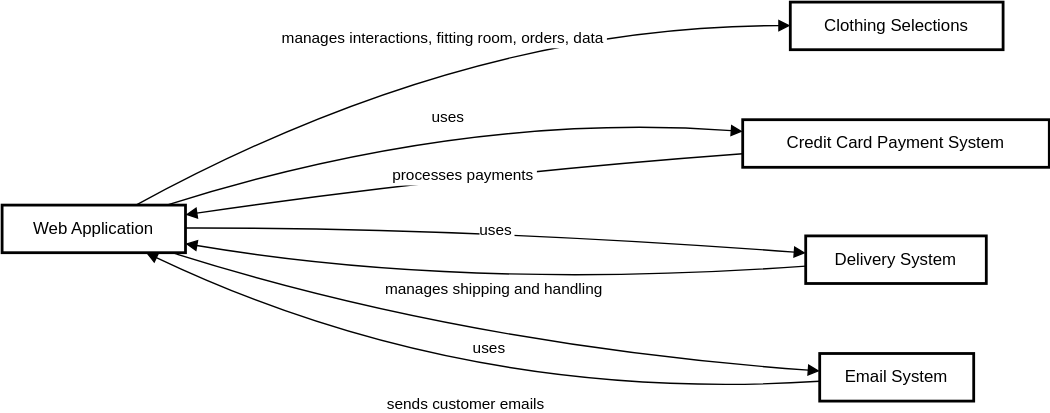
Before: Level 1 System Diagram.drawio.svg, a diagram exported from draw.io (Awesomenaut/Online_Shopping_Store). Source tidied: cells renumbered, new cells last; positions are measured from the earlier drawing's top-left corner, leaving out a move shared by most shapes.
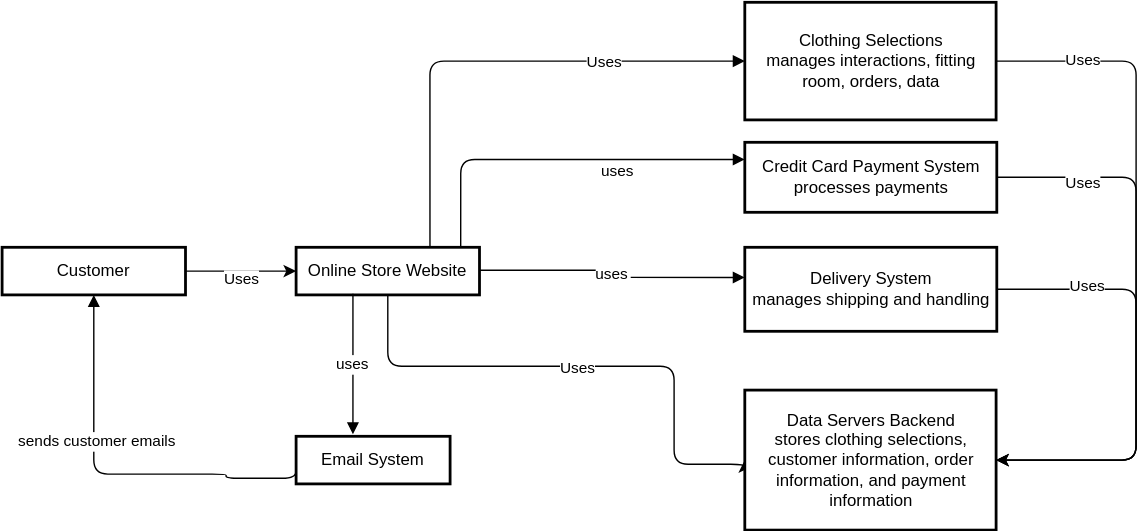
After the commit.

Diff of the diagram source:
```diff
@@ -2,69 +2,107 @@
   <root>
     <mxCell id="0" />
     <mxCell id="1" parent="0" />
+    <mxCell id="14" style="edgeStyle=orthogonalEdgeStyle;rounded=1;jettySize=auto;html=1;entryX=0;entryY=0.5;entryDx=0;entryDy=0;" parent="1" edge="1" source="2" target="26">
+      <mxGeometry relative="1" as="geometry">
+        <Array as="points">
+          <mxPoint x="66" y="230" />
+          <mxPoint x="270" y="230" />
+          <mxPoint x="270" y="300" />
+          <mxPoint x="321" y="300" />
+        </Array>
+      </mxGeometry>
+    </mxCell>
+    <mxCell id="15" value="Uses" style="edgeLabel;html=1;align=center;verticalAlign=middle;" parent="14" vertex="1">
+      <mxGeometry x="-0.02" relative="1" as="geometry" />
+    </mxCell>
-    <mxCell id="2" value="Web Application" style="whiteSpace=wrap;strokeWidth=2;" parent="1" vertex="1">
+    <mxCell id="2" value="Online Store Website" style="whiteSpace=wrap;strokeWidth=2;" parent="1" vertex="1">
       <mxGeometry y="145" width="131" height="34" as="geometry" />
     </mxCell>
+    <mxCell id="16" style="edgeStyle=orthogonalEdgeStyle;rounded=1;jettySize=auto;html=1;entryX=1;entryY=0.5;entryDx=0;entryDy=0;" parent="1" edge="1" source="3" target="26">
+      <mxGeometry relative="1" as="geometry">
+        <Array as="points">
+          <mxPoint x="600" y="12" />
+          <mxPoint x="600" y="297" />
+        </Array>
+      </mxGeometry>
+    </mxCell>
+    <mxCell id="17" value="Uses" style="edgeLabel;html=1;align=center;verticalAlign=middle;" parent="16" vertex="1">
+      <mxGeometry x="-0.75" y="2" relative="1" as="geometry" />
+    </mxCell>
-    <mxCell id="3" value="Clothing Selections" style="whiteSpace=wrap;strokeWidth=2;" parent="1" vertex="1">
-      <mxGeometry x="563" width="152" height="34" as="geometry" />
+    <mxCell id="3" value="Clothing Selections&#10;manages interactions, fitting room, orders, data" style="whiteSpace=wrap;strokeWidth=2;" parent="1" vertex="1">
+      <mxGeometry x="320.5" y="-30" width="179.5" height="84" as="geometry" />
     </mxCell>
+    <mxCell id="18" style="edgeStyle=orthogonalEdgeStyle;rounded=1;jettySize=auto;html=1;entryX=1;entryY=0.5;entryDx=0;entryDy=0;" parent="1" edge="1" source="4" target="26">
+      <mxGeometry relative="1" as="geometry">
+        <Array as="points">
+          <mxPoint x="600" y="95" />
+          <mxPoint x="600" y="297" />
+        </Array>
+      </mxGeometry>
+    </mxCell>
+    <mxCell id="19" value="Uses" style="edgeLabel;html=1;align=center;verticalAlign=middle;" parent="18" vertex="1">
+      <mxGeometry x="-0.69" y="-3" relative="1" as="geometry" />
+    </mxCell>
-    <mxCell id="4" value="Credit Card Payment System" style="whiteSpace=wrap;strokeWidth=2;" parent="1" vertex="1">
-      <mxGeometry x="529" y="84" width="219" height="34" as="geometry" />
+    <mxCell id="4" value="Credit Card Payment System&#10;processes payments" style="whiteSpace=wrap;strokeWidth=2;" parent="1" vertex="1">
+      <mxGeometry x="320.5" y="70" width="180" height="50" as="geometry" />
     </mxCell>
+    <mxCell id="20" style="edgeStyle=orthogonalEdgeStyle;rounded=1;jettySize=auto;html=1;entryX=1;entryY=0.5;entryDx=0;entryDy=0;" parent="1" edge="1" source="5" target="26">
+      <mxGeometry relative="1" as="geometry">
+        <Array as="points">
+          <mxPoint x="600" y="175" />
+          <mxPoint x="600" y="297" />
+        </Array>
+      </mxGeometry>
+    </mxCell>
+    <mxCell id="21" value="Uses" style="edgeLabel;html=1;align=center;verticalAlign=middle;" parent="20" vertex="1">
+      <mxGeometry x="-0.6" y="3" relative="1" as="geometry" />
+    </mxCell>
-    <mxCell id="5" value="Delivery System" style="whiteSpace=wrap;strokeWidth=2;" parent="1" vertex="1">
-      <mxGeometry x="574" y="167" width="129" height="34" as="geometry" />
+    <mxCell id="5" value="Delivery System&#10;manages shipping and handling" style="whiteSpace=wrap;strokeWidth=2;" parent="1" vertex="1">
+      <mxGeometry x="320.5" y="145" width="180" height="60" as="geometry" />
     </mxCell>
     <mxCell id="6" value="Email System" style="whiteSpace=wrap;strokeWidth=2;" parent="1" vertex="1">
-      <mxGeometry x="584" y="251" width="110" height="34" as="geometry" />
+      <mxGeometry y="280" width="110" height="34" as="geometry" />
     </mxCell>
-    <mxCell id="7" value="manages interactions, fitting room, orders, data" style="curved=1;startArrow=none;endArrow=block;exitX=0.735170699694642;exitY=-0.011176417855655445;entryX=-0.0020723342895507812;entryY=0.49352943196016197;" parent="1" edge="1" source="2" target="3">
-      <mxGeometry relative="1" as="geometry">
-        <Array as="points">
-          <mxPoint x="330" y="17" />
-        </Array>
-      </mxGeometry>
+    <mxCell id="7" style="startArrow=none;endArrow=block;exitX=0.735170699694642;exitY=-0.011176417855655445;entryX=0;entryY=0.5;edgeStyle=orthogonalEdgeStyle;entryDx=0;entryDy=0;" parent="1" edge="1" source="2" target="3">
+      <mxGeometry relative="1" as="geometry" />
     </mxCell>
+    <mxCell id="22" value="Uses" style="edgeLabel;html=1;align=center;verticalAlign=middle;" parent="7" vertex="1">
+      <mxGeometry x="-0.03" y="1" relative="1" as="geometry">
+        <mxPoint x="83" y="1" as="offset" />
+      </mxGeometry>
+    </mxCell>
-    <mxCell id="8" value="uses" style="curved=1;startArrow=none;endArrow=block;exitX=0.9063760789692781;exitY=-0.011176417855655445;entryX=0.0002283244372502854;entryY=0.24570694057667034;" parent="1" edge="1" source="2" target="4">
-      <mxGeometry relative="1" as="geometry">
-        <Array as="points">
-          <mxPoint x="330" y="78" />
-        </Array>
-      </mxGeometry>
+    <mxCell id="8" value="uses" style="startArrow=none;endArrow=block;exitX=0.9063760789692781;exitY=-0.011176417855655445;entryX=0.0002283244372502854;entryY=0.24570694057667034;edgeStyle=orthogonalEdgeStyle;" parent="1" edge="1" source="2" target="4">
+      <mxGeometry x="0.32" y="-8" relative="1" as="geometry" />
     </mxCell>
-    <mxCell id="9" value="uses" style="curved=1;startArrow=none;endArrow=block;exitX=1.001755692576634;exitY=0.48235301410450654;entryX=0.001007789789244186;entryY=0.35892435486418023;" parent="1" edge="1" source="2" target="5">
-      <mxGeometry relative="1" as="geometry">
-        <Array as="points">
-          <mxPoint x="330" y="161" />
-        </Array>
-      </mxGeometry>
+    <mxCell id="9" value="uses" style="startArrow=none;endArrow=block;exitX=1.001755692576634;exitY=0.48235301410450654;entryX=0.001007789789244186;entryY=0.35892435486418023;edgeStyle=orthogonalEdgeStyle;" parent="1" edge="1" source="2" target="5">
+      <mxGeometry relative="1" as="geometry" />
     </mxCell>
-    <mxCell id="10" value="uses" style="curved=1;startArrow=none;endArrow=block;exitX=0.9063760789692781;exitY=0.9758824460646686;entryX=-0.003590878573330966;entryY=0.36631763780144244;" parent="1" edge="1" source="2" target="6">
-      <mxGeometry relative="1" as="geometry">
-        <Array as="points">
-          <mxPoint x="330" y="245" />
-        </Array>
-      </mxGeometry>
+    <mxCell id="10" value="uses" style="startArrow=none;endArrow=block;exitX=0.31;exitY=0.974;entryX=0.369;entryY=-0.041;edgeStyle=orthogonalEdgeStyle;exitDx=0;exitDy=0;entryDx=0;entryDy=0;exitPerimeter=0;entryPerimeter=0;" parent="1" edge="1" source="2" target="6">
+      <mxGeometry relative="1" as="geometry" />
     </mxCell>
-    <mxCell id="11" value="processes payments" style="curved=1;startArrow=none;endArrow=block;exitX=0.0002283244372502854;exitY=0.7154696511843016;entryX=1.001755692576634;entryY=0.2010369739225912;" parent="1" edge="1" source="4" target="2">
-      <mxGeometry relative="1" as="geometry">
-        <Array as="points">
-          <mxPoint x="330" y="123" />
-        </Array>
-      </mxGeometry>
-    </mxCell>
-    <mxCell id="12" value="manages shipping and handling" style="curved=1;startArrow=none;endArrow=block;exitX=0.001007789789244186;exitY=0.6351934941492045;entryX=1.001755692576634;entryY=0.8106523533183221;" parent="1" edge="1" source="5" target="2">
-      <mxGeometry relative="1" as="geometry">
-        <Array as="points">
-          <mxPoint x="330" y="206" />
-        </Array>
-      </mxGeometry>
-    </mxCell>
-    <mxCell id="13" value="sends customer emails" style="curved=1;startArrow=none;endArrow=block;exitX=-0.003590878573330966;exitY=0.5850594229309988;entryX=0.7712100014089577;entryY=0.9758824460646686;" parent="1" edge="1" source="6" target="2">
-      <mxGeometry relative="1" as="geometry">
+    <mxCell id="13" value="sends customer emails" style="startArrow=none;endArrow=block;exitX=-0.003590878573330966;exitY=0.5850594229309988;entryX=0.5;entryY=1;edgeStyle=orthogonalEdgeStyle;entryDx=0;entryDy=0;" parent="1" edge="1" source="6" target="25">
+      <mxGeometry x="0.09" y="-24" relative="1" as="geometry">
         <Array as="points">
-          <mxPoint x="330" y="287" />
+          <mxPoint x="-50" y="310" />
+          <mxPoint x="-50" y="307" />
+          <mxPoint x="-144" y="307" />
         </Array>
+        <mxPoint x="1" as="offset" />
       </mxGeometry>
     </mxCell>
+    <mxCell id="23" style="edgeStyle=orthogonalEdgeStyle;rounded=0;jettySize=auto;html=1;exitX=1;exitY=0.5;exitDx=0;exitDy=0;entryX=0;entryY=0.5;entryDx=0;entryDy=0;" parent="1" edge="1" source="25" target="2">
+      <mxGeometry relative="1" as="geometry" />
+    </mxCell>
+    <mxCell id="24" value="Uses" style="edgeLabel;html=1;align=center;verticalAlign=middle;" parent="23" vertex="1">
+      <mxGeometry x="0.24" relative="1" as="geometry">
+        <mxPoint x="-10" y="5" as="offset" />
+      </mxGeometry>
+    </mxCell>
+    <mxCell id="25" value="Customer" style="whiteSpace=wrap;strokeWidth=2;" parent="1" vertex="1">
+      <mxGeometry x="-210" y="145" width="131" height="34" as="geometry" />
+    </mxCell>
+    <mxCell id="26" value="Data Servers Backend&#10;stores clothing selections, customer information, order information, and payment information" style="whiteSpace=wrap;strokeWidth=2;" parent="1" vertex="1">
+      <mxGeometry x="320.5" y="247" width="179.5" height="100" as="geometry" />
+    </mxCell>
   </root>
 </mxGraphModel>
```
